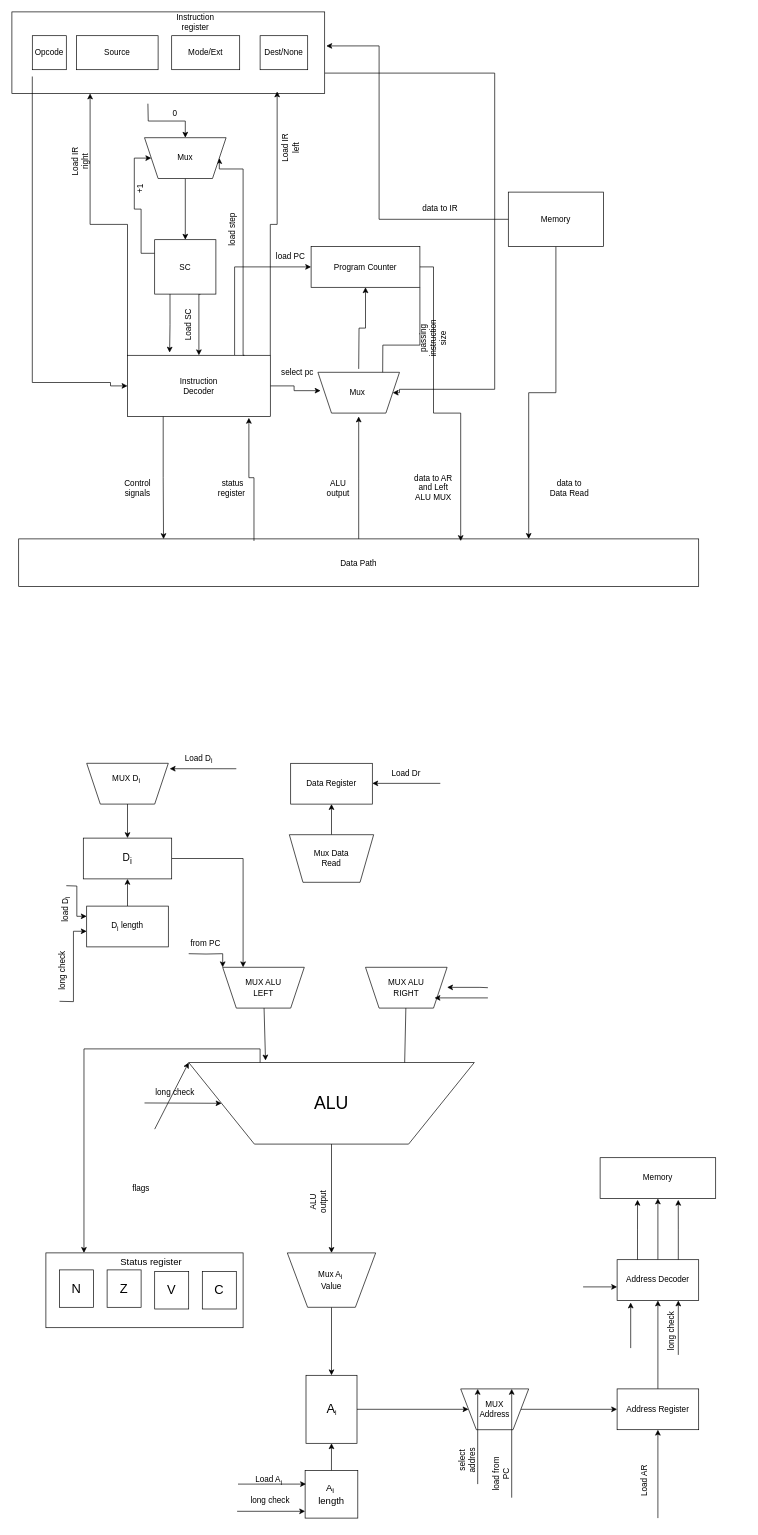
The draw.io diagram scheme.drawio in acrighthere/VTDungeon, before the edit. Source tidied: cells renumbered, new cells numbered last; positions are measured from the earlier drawing's top-left corner, leaving out a move shared by most shapes. Both pictures are drawn from the tidied source at 68%, with x=0, y=0 at pixel (12, 12).
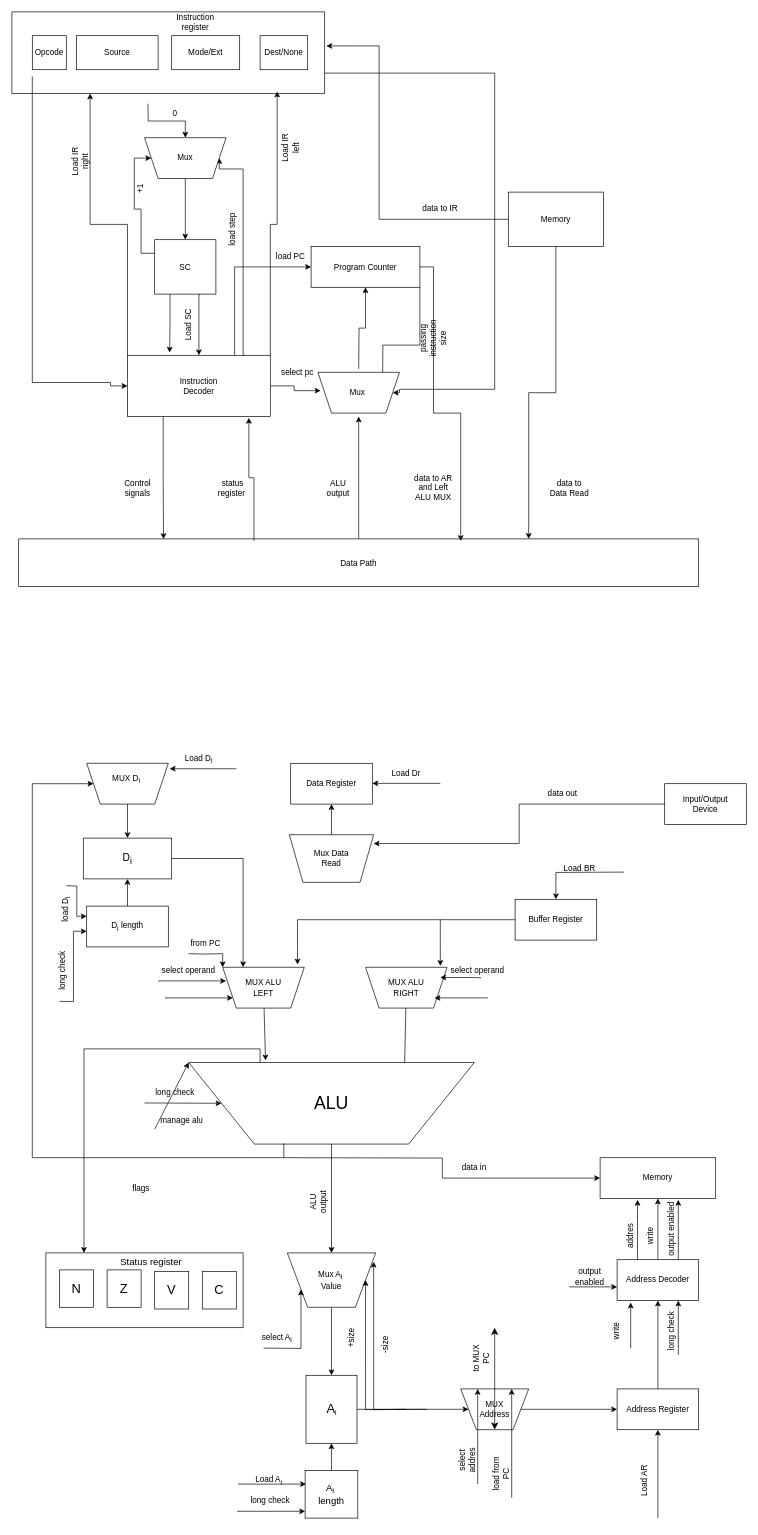
After the change.

Unchanged cells that the change refers to:
```xml
<mxCell id="56" style="shape=trapezoid;perimeter=trapezoidPerimeter;whiteSpace=wrap;html=1;fixedSize=1;rotation=-180;" parent="1" vertex="1">
  <mxGeometry x="110" y="1105" width="120" height="60" as="geometry" />
</mxCell>
<mxCell id="65" style="shape=trapezoid;perimeter=trapezoidPerimeter;whiteSpace=wrap;html=1;fixedSize=1;rotation=-180;" parent="1" vertex="1">
  <mxGeometry x="408" y="1210" width="124" height="70" as="geometry" />
</mxCell>
<mxCell id="71" style="shape=trapezoid;perimeter=trapezoidPerimeter;whiteSpace=wrap;html=1;fixedSize=1;rotation=-180;" parent="1" vertex="1">
  <mxGeometry x="310" y="1405" width="120" height="60" as="geometry" />
</mxCell>
<mxCell id="73" style="shape=trapezoid;perimeter=trapezoidPerimeter;whiteSpace=wrap;html=1;fixedSize=1;rotation=-180;" parent="1" vertex="1">
  <mxGeometry x="520" y="1405" width="120" height="60" as="geometry" />
</mxCell>
<mxCell id="79" value="&lt;font style=&quot;font-size: 26px;&quot;&gt;ALU&lt;/font&gt;" style="verticalLabelPosition=middle;verticalAlign=middle;html=1;shape=trapezoid;perimeter=trapezoidPerimeter;whiteSpace=wrap;size=0.23;arcSize=10;flipV=1;labelPosition=center;align=center;legacyAnchorPoints=0;" parent="1" vertex="1">
  <mxGeometry x="260" y="1545" width="420" height="120" as="geometry" />
</mxCell>
<mxCell id="82" value="Mux A&lt;sub&gt;i&amp;nbsp;&lt;/sub&gt;&lt;div&gt;Value&lt;/div&gt;" style="verticalLabelPosition=middle;verticalAlign=middle;html=1;shape=trapezoid;perimeter=trapezoidPerimeter;whiteSpace=wrap;size=0.23;arcSize=10;flipV=1;labelPosition=center;align=center;legacyAnchorPoints=0;" parent="1" vertex="1">
  <mxGeometry x="405" y="1825" width="130" height="80" as="geometry" />
</mxCell>
<mxCell id="95" value="MUX&lt;div&gt;Address&lt;/div&gt;" style="verticalLabelPosition=middle;verticalAlign=middle;html=1;shape=trapezoid;perimeter=trapezoidPerimeter;whiteSpace=wrap;size=0.23;arcSize=10;flipV=1;labelPosition=center;align=center;legacyAnchorPoints=0;" parent="1" vertex="1">
  <mxGeometry x="660" y="2025" width="100" height="60" as="geometry" />
</mxCell>
<mxCell id="104" value="Memory" style="whiteSpace=wrap;html=1;" parent="1" vertex="1">
  <mxGeometry x="865" y="1685" width="170" height="60" as="geometry" />
</mxCell>
```

Diff of the diagram source:
```diff
@@
     <mxCell id="108" style="edgeStyle=none;orthogonalLoop=1;jettySize=auto;html=1;rounded=0;" parent="1" edge="1">
       <mxGeometry relative="1" as="geometry">
-        <mxPoint x="840" y="1875" as="sourcePoint" />
+        <mxPoint x="820" y="1875" as="sourcePoint" />
         <mxPoint x="890" y="1875" as="targetPoint" />
       </mxGeometry>
     </mxCell>
@@
     <mxCell id="121" style="edgeStyle=none;orthogonalLoop=1;jettySize=auto;html=1;rounded=0;entryX=1;entryY=0.5;entryDx=0;entryDy=0;" parent="1" edge="1">
       <mxGeometry relative="1" as="geometry">
-        <mxPoint x="700" y="1435" as="sourcePoint" />
-        <mxPoint x="640" y="1434.5" as="targetPoint" />
+        <mxPoint x="690" y="1420.5" as="sourcePoint" />
+        <mxPoint x="630" y="1420" as="targetPoint" />
         <Array as="points">
-          <mxPoint x="688.3" y="1434.5" />
+          <mxPoint x="678.3" y="1420" />
         </Array>
       </mxGeometry>
     </mxCell>
@@
+    <mxCell id="124" value="manage alu" style="text;html=1;whiteSpace=wrap;strokeColor=none;fillColor=none;align=center;verticalAlign=middle;rounded=0;" parent="1" vertex="1">
+      <mxGeometry x="210" y="1615" width="80" height="30" as="geometry" />
+    </mxCell>
+    <mxCell id="125" style="edgeStyle=none;jettySize=auto;html=1;endArrow=classic;startArrow=classic;endSize=8;startSize=8;rounded=0;entryX=0.5;entryY=1;entryDx=0;entryDy=0;" parent="1" edge="1" target="95">
+      <mxGeometry relative="1" as="geometry">
+        <mxPoint x="710" y="1935" as="sourcePoint" />
+      </mxGeometry>
+    </mxCell>
+    <mxCell id="126" value="to MUX PC" style="text;html=1;whiteSpace=wrap;strokeColor=none;fillColor=none;align=center;verticalAlign=middle;rounded=0;rotation=-90;" parent="1" vertex="1">
+      <mxGeometry x="660" y="1965" width="60" height="30" as="geometry" />
+    </mxCell>
+    <mxCell id="127" style="edgeStyle=orthogonalEdgeStyle;jettySize=auto;html=1;rounded=0;entryX=0;entryY=0.75;entryDx=0;entryDy=0;" parent="1" edge="1" target="82">
+      <mxGeometry relative="1" as="geometry">
+        <mxPoint x="370" y="1965" as="sourcePoint" />
+      </mxGeometry>
+    </mxCell>
+    <mxCell id="128" value="select A&lt;sub&gt;i&lt;/sub&gt;" style="text;html=1;whiteSpace=wrap;strokeColor=none;fillColor=none;align=center;verticalAlign=middle;rounded=0;" parent="1" vertex="1">
+      <mxGeometry x="360" y="1935" width="60" height="30" as="geometry" />
+    </mxCell>
+    <mxCell id="129" style="endArrow=classic;html=1;rounded=0;entryX=0.977;entryY=0.838;entryDx=0;entryDy=0;entryPerimeter=0;edgeStyle=orthogonalEdgeStyle;" parent="1" edge="1" target="82">
+      <mxGeometry relative="1" as="geometry">
+        <mxPoint x="580" y="2055" as="sourcePoint" />
+      </mxGeometry>
+    </mxCell>
+    <mxCell id="130" style="endArrow=classic;html=1;rounded=0;entryX=1;entryY=0.5;entryDx=0;entryDy=0;edgeStyle=orthogonalEdgeStyle;" parent="1" edge="1" target="82">
+      <mxGeometry relative="1" as="geometry">
+        <mxPoint x="610" y="2055" as="sourcePoint" />
+      </mxGeometry>
+    </mxCell>
+    <mxCell id="131" value="-size" style="text;html=1;whiteSpace=wrap;strokeColor=none;fillColor=none;align=center;verticalAlign=middle;rounded=0;rotation=-90;" parent="1" vertex="1">
+      <mxGeometry x="520" y="1945" width="60" height="30" as="geometry" />
+    </mxCell>
+    <mxCell id="132" value="+size" style="text;html=1;whiteSpace=wrap;strokeColor=none;fillColor=none;align=center;verticalAlign=middle;rounded=0;rotation=-90;" parent="1" vertex="1">
+      <mxGeometry x="470" y="1935" width="60" height="30" as="geometry" />
+    </mxCell>
+    <mxCell id="133" value="write" style="text;html=1;whiteSpace=wrap;strokeColor=none;fillColor=none;align=center;verticalAlign=middle;rounded=0;rotation=-90;" parent="1" vertex="1">
+      <mxGeometry x="860" y="1925" width="60" height="30" as="geometry" />
+    </mxCell>
+    <mxCell id="134" value="output enabled" style="text;html=1;whiteSpace=wrap;strokeColor=none;fillColor=none;align=center;verticalAlign=middle;rounded=0;" parent="1" vertex="1">
+      <mxGeometry x="820" y="1845" width="60" height="30" as="geometry" />
+    </mxCell>
+    <mxCell id="135" value="addres" style="text;html=1;whiteSpace=wrap;strokeColor=none;fillColor=none;align=center;verticalAlign=middle;rounded=0;rotation=-90;" parent="1" vertex="1">
+      <mxGeometry x="880" y="1785" width="60" height="30" as="geometry" />
+    </mxCell>
+    <mxCell id="136" value="write" style="text;html=1;whiteSpace=wrap;strokeColor=none;fillColor=none;align=center;verticalAlign=middle;rounded=0;rotation=-90;" parent="1" vertex="1">
+      <mxGeometry x="910" y="1785" width="60" height="30" as="geometry" />
+    </mxCell>
+    <mxCell id="137" value="output enabled" style="text;html=1;whiteSpace=wrap;strokeColor=none;fillColor=none;align=center;verticalAlign=middle;rounded=0;rotation=-90;" parent="1" vertex="1">
+      <mxGeometry x="920" y="1775" width="100" height="30" as="geometry" />
+    </mxCell>
+    <mxCell id="138" value="Buffer Register" style="whiteSpace=wrap;html=1;" parent="1" vertex="1">
+      <mxGeometry x="740" y="1305" width="120" height="60" as="geometry" />
+    </mxCell>
+    <mxCell id="139" style="edgeStyle=orthogonalEdgeStyle;rounded=0;jettySize=auto;html=1;entryX=0.083;entryY=1.067;entryDx=0;entryDy=0;entryPerimeter=0;" parent="1" edge="1" source="138" target="71">
+      <mxGeometry relative="1" as="geometry" />
+    </mxCell>
+    <mxCell id="140" style="edgeStyle=none;jettySize=auto;html=1;rounded=0;entryX=0.083;entryY=1.033;entryDx=0;entryDy=0;entryPerimeter=0;" parent="1" edge="1" target="73">
+      <mxGeometry relative="1" as="geometry">
+        <mxPoint x="630" y="1335" as="sourcePoint" />
+      </mxGeometry>
+    </mxCell>
+    <mxCell id="141" value="Load BR" style="text;html=1;whiteSpace=wrap;strokeColor=none;fillColor=none;align=center;verticalAlign=middle;rounded=0;" parent="1" vertex="1">
+      <mxGeometry x="805" y="1245" width="60" height="30" as="geometry" />
+    </mxCell>
+    <mxCell id="142" style="edgeStyle=orthogonalEdgeStyle;jettySize=auto;html=1;rounded=0;entryX=0.5;entryY=0;entryDx=0;entryDy=0;" parent="1" edge="1" target="138">
+      <mxGeometry relative="1" as="geometry">
+        <mxPoint x="900" y="1265" as="sourcePoint" />
+      </mxGeometry>
+    </mxCell>
+    <mxCell id="143" style="edgeStyle=none;orthogonalLoop=1;jettySize=auto;html=1;rounded=0;" parent="1" edge="1">
+      <mxGeometry relative="1" as="geometry">
+        <mxPoint x="215" y="1425" as="sourcePoint" />
+        <mxPoint x="315" y="1425" as="targetPoint" />
+      </mxGeometry>
+    </mxCell>
+    <mxCell id="144" style="edgeStyle=none;orthogonalLoop=1;jettySize=auto;html=1;rounded=0;" parent="1" edge="1">
+      <mxGeometry relative="1" as="geometry">
+        <mxPoint x="225" y="1450" as="sourcePoint" />
+        <mxPoint x="325" y="1450" as="targetPoint" />
+      </mxGeometry>
+    </mxCell>
+    <mxCell id="145" value="select operand" style="text;html=1;whiteSpace=wrap;strokeColor=none;fillColor=none;align=center;verticalAlign=middle;rounded=0;" parent="1" vertex="1">
+      <mxGeometry x="205" y="1395" width="110" height="30" as="geometry" />
+    </mxCell>
+    <mxCell id="146" value="select operand" style="text;html=1;whiteSpace=wrap;strokeColor=none;fillColor=none;align=center;verticalAlign=middle;rounded=0;" parent="1" vertex="1">
+      <mxGeometry x="630" y="1395" width="110" height="30" as="geometry" />
+    </mxCell>
+    <mxCell id="147" value="Input/Output&lt;div&gt;Device&lt;/div&gt;" style="whiteSpace=wrap;html=1;" parent="1" vertex="1">
+      <mxGeometry x="960" y="1135" width="120" height="60" as="geometry" />
+    </mxCell>
+    <mxCell id="148" style="edgeStyle=orthogonalEdgeStyle;rounded=0;jettySize=auto;html=1;entryX=0;entryY=0.814;entryDx=0;entryDy=0;entryPerimeter=0;" parent="1" edge="1" source="147" target="65">
+      <mxGeometry relative="1" as="geometry" />
+    </mxCell>
+    <mxCell id="149" value="data out" style="text;html=1;whiteSpace=wrap;strokeColor=none;fillColor=none;align=center;verticalAlign=middle;rounded=0;" parent="1" vertex="1">
+      <mxGeometry x="780" y="1135" width="60" height="30" as="geometry" />
+    </mxCell>
+    <mxCell id="150" style="edgeStyle=orthogonalEdgeStyle;jettySize=auto;html=1;rounded=0;exitX=0.333;exitY=0.008;exitDx=0;exitDy=0;exitPerimeter=0;entryX=1;entryY=0.5;entryDx=0;entryDy=0;" parent="1" edge="1" source="79" target="56">
+      <mxGeometry relative="1" as="geometry">
+        <Array as="points">
+          <mxPoint x="400" y="1685" />
+          <mxPoint x="30" y="1685" />
+          <mxPoint x="30" y="1135" />
+        </Array>
+      </mxGeometry>
+    </mxCell>
+    <mxCell id="151" style="edgeStyle=orthogonalEdgeStyle;jettySize=auto;html=1;rounded=0;entryX=0;entryY=0.5;entryDx=0;entryDy=0;" parent="1" edge="1" target="104">
+      <mxGeometry relative="1" as="geometry">
+        <mxPoint x="400" y="1685" as="sourcePoint" />
+      </mxGeometry>
+    </mxCell>
+    <mxCell id="152" value="data in" style="text;html=1;whiteSpace=wrap;strokeColor=none;fillColor=none;align=center;verticalAlign=middle;rounded=0;" parent="1" vertex="1">
+      <mxGeometry x="650" y="1685" width="60" height="30" as="geometry" />
+    </mxCell>
```
